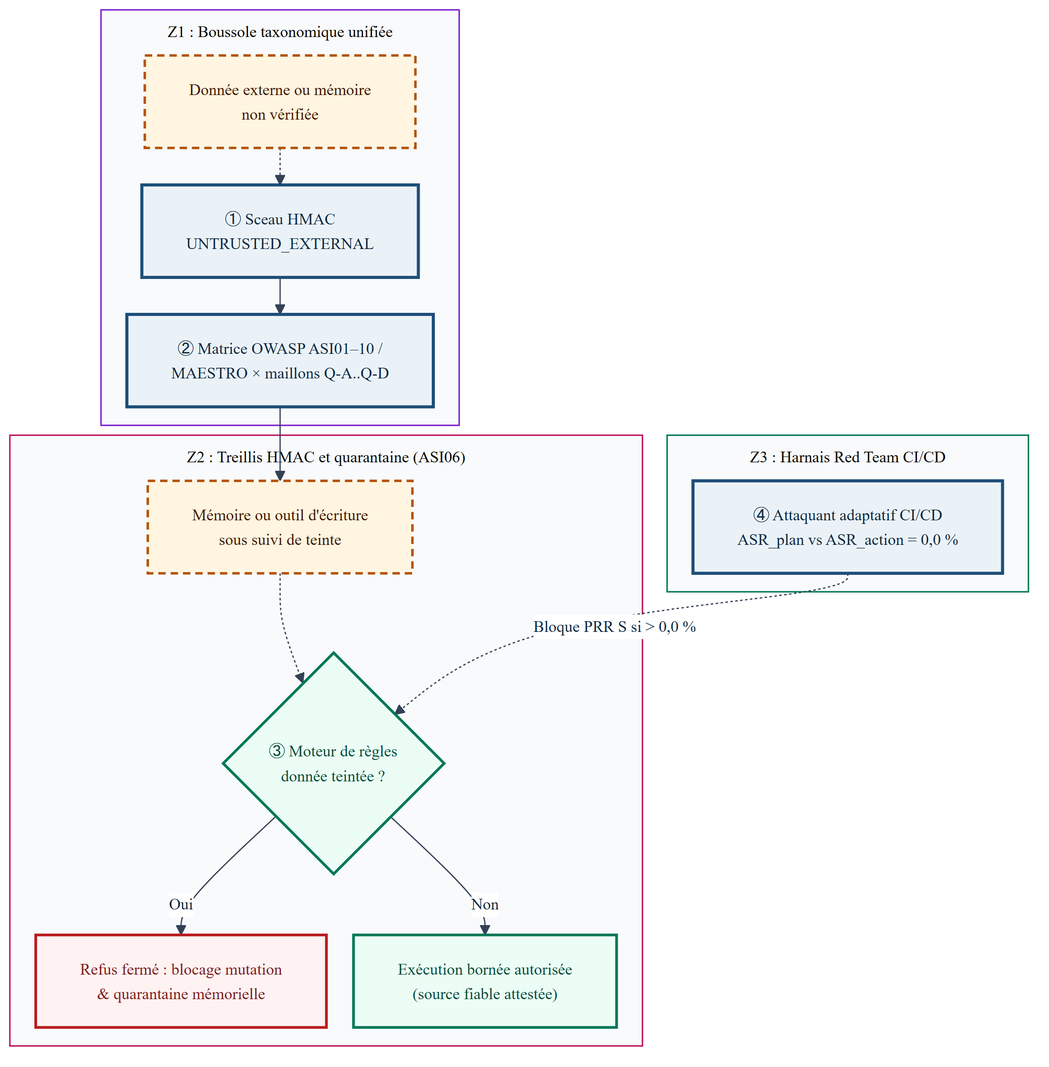
Above: Compendium/ouvrage/schemas/rendus/SCH-19-03.png in agbruneau/Agentique (Mermaid), before the change. Its source is kept beside it as Compendium/ouvrage/schemas/SCH-19-03.mmd.
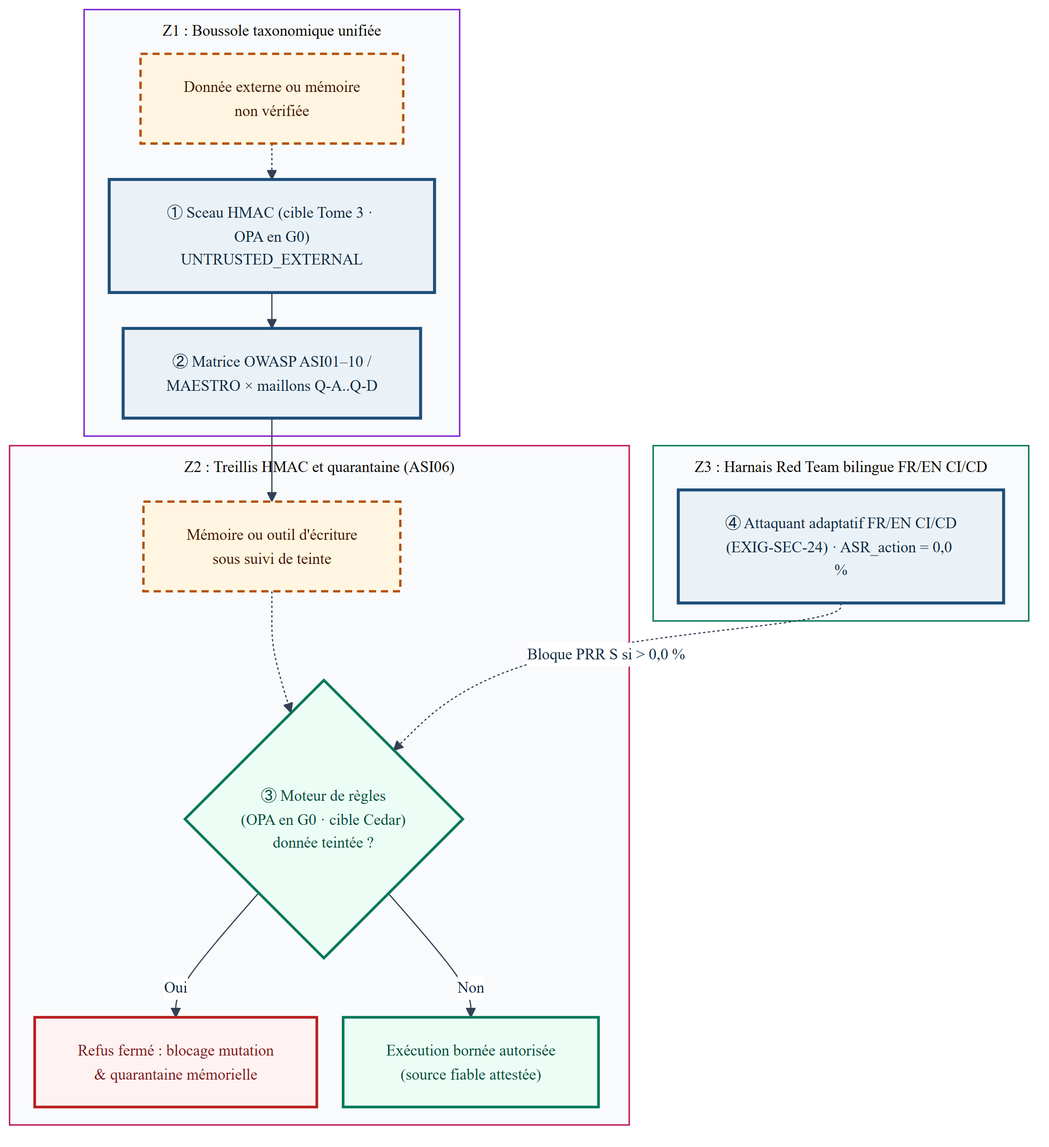
The same file after the commit.

Diff of the diagram source:
```diff
@@ -2,17 +2,17 @@
 flowchart TD
   subgraph Z1["Z1 : Boussole taxonomique unifiée"]
     IN["Donnée externe ou mémoire<br/>non vérifiée"]:::prob
-    HMAC["① Sceau HMAC<br/>UNTRUSTED_EXTERNAL"]:::det
+    HMAC["① Sceau HMAC (cible Tome 3 · OPA en G0)<br/>UNTRUSTED_EXTERNAL"]:::det
     TAX["② Matrice OWASP ASI01–10 /<br/>MAESTRO × maillons Q-A..Q-D"]:::det
   end
   subgraph Z2["Z2 : Treillis HMAC et quarantaine (ASI06)"]
     MEM["Mémoire ou outil d'écriture<br/>sous suivi de teinte"]:::prob
-    CEDAR{"③ Moteur de règles<br/>donnée teintée ?"}:::ok
+    CEDAR{"③ Moteur de règles<br/>(OPA en G0 · cible Cedar)<br/>donnée teintée ?"}:::ok
     BLOC["Refus fermé : blocage mutation<br/>& quarantaine mémorielle"]:::danger
     EXEC["Exécution bornée autorisée<br/>(source fiable attestée)"]:::ok
   end
-  subgraph Z3["Z3 : Harnais Red Team CI/CD"]
-    RT["④ Attaquant adaptatif CI/CD<br/>ASR_plan vs ASR_action = 0,0 %"]:::det
+  subgraph Z3["Z3 : Harnais Red Team bilingue FR/EN CI/CD"]
+    RT["④ Attaquant adaptatif FR/EN CI/CD<br/>(EXIG-SEC-24) · ASR_action = 0,0 %"]:::det
   end
   IN -.-> HMAC --> TAX --> MEM -.-> CEDAR
   CEDAR -->|Oui| BLOC
```
